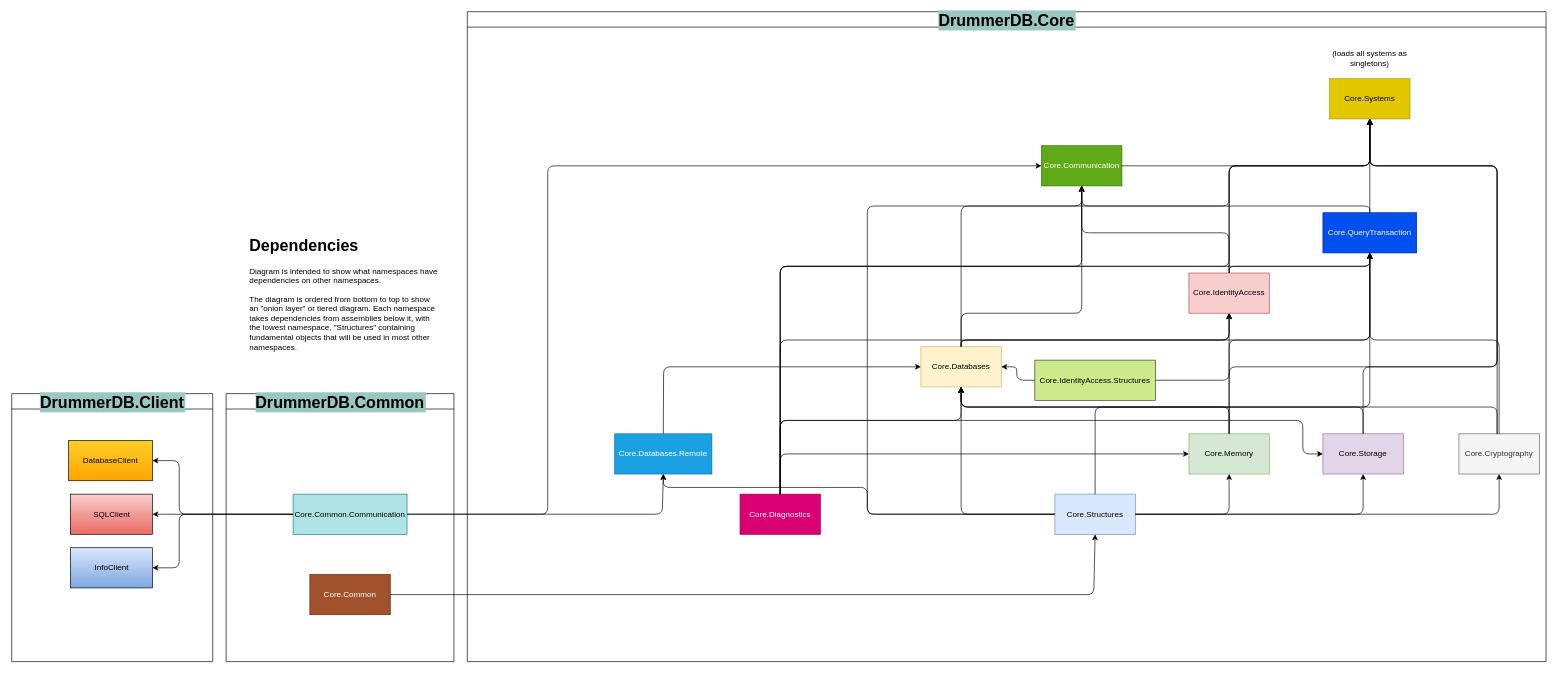
Above: page "Dependencies" (2 of 3) of doc/versions/100/guide/Diagrams/Db_System.drawio in dynamoRando/DrummerDB (draw.io), before the change. Source tidied: cells renumbered, new cells numbered last; positions are measured from the earlier drawing's top-left corner, leaving out a move shared by most shapes. Both pictures are drawn from the tidied source at 67%, with x=0, y=0 at pixel (11, 11).
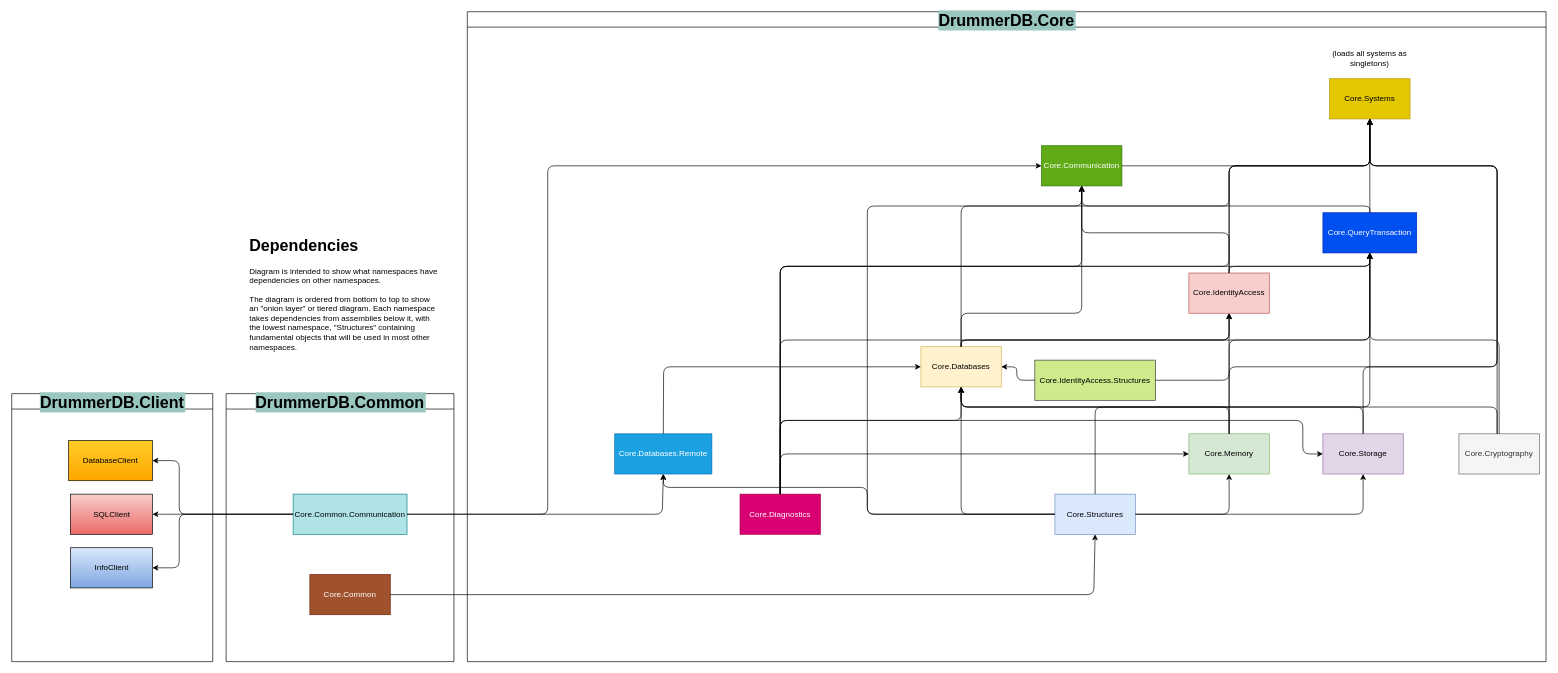
The same diagram, later.

Unchanged cells that the change refers to:
```xml
<mxCell id="2" value="DrummerDB.Core" style="swimlane;labelBackgroundColor=#9AC7BF;fontSize=24;" parent="1" vertex="1">
  <mxGeometry x="680" width="1610" height="970" as="geometry" />
</mxCell>
<mxCell id="3" value="Core.Structures" style="rounded=0;whiteSpace=wrap;html=1;fillColor=#dae8fc;strokeColor=#6c8ebf;" parent="2" vertex="1">
  <mxGeometry x="877" y="720" width="120" height="60" as="geometry" />
</mxCell>
<mxCell id="12" value="Core.Cryptography" style="rounded=0;whiteSpace=wrap;html=1;fillColor=#f5f5f5;strokeColor=#666666;fontColor=#333333;" parent="2" vertex="1">
  <mxGeometry x="1480" y="630" width="120" height="60" as="geometry" />
</mxCell>
```

The edit, as a diff of the source:
```diff
@@
-    <mxCell id="50" style="endArrow=classic;html=1;rounded=1;exitX=1;exitY=0.5;exitDx=0;exitDy=0;entryX=0.5;entryY=1;entryDx=0;entryDy=0;" parent="2" edge="1" source="3" target="12">
-      <mxGeometry relative="1" as="geometry">
-        <Array as="points">
-          <mxPoint x="1540" y="750" />
-        </Array>
-      </mxGeometry>
-    </mxCell>
```
